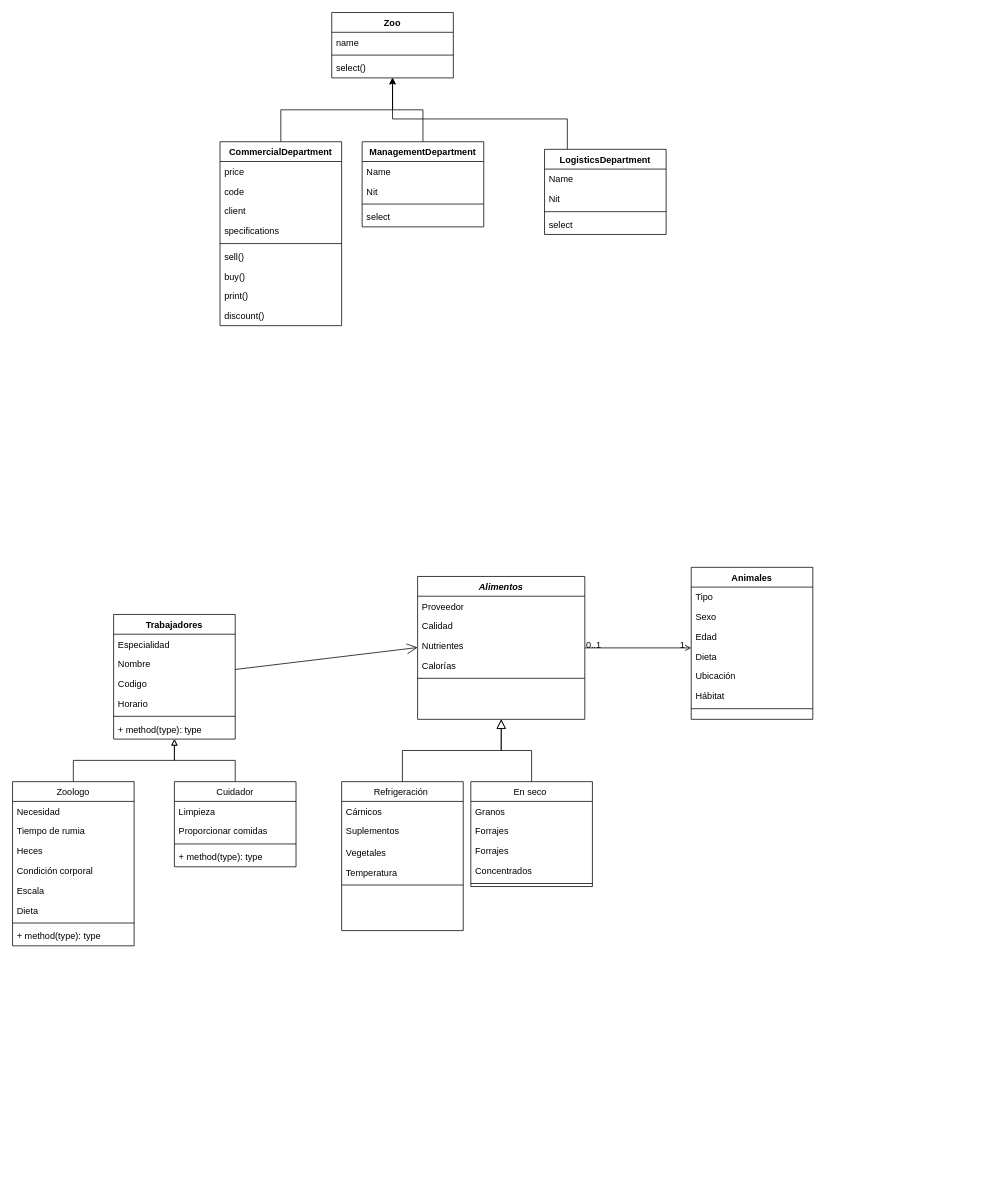
jhongarciap/Diagrama-de-clases-zoologico keeps this draw.io diagram as Diagrama sin título.drawio. Above is the earlier version. Source tidied: cells renumbered, new cells numbered last; positions are measured from the earlier drawing's top-left corner, leaving out a move shared by most shapes. Both pictures are drawn from the tidied source at 76%, with x=0, y=0 at pixel (12, 12).
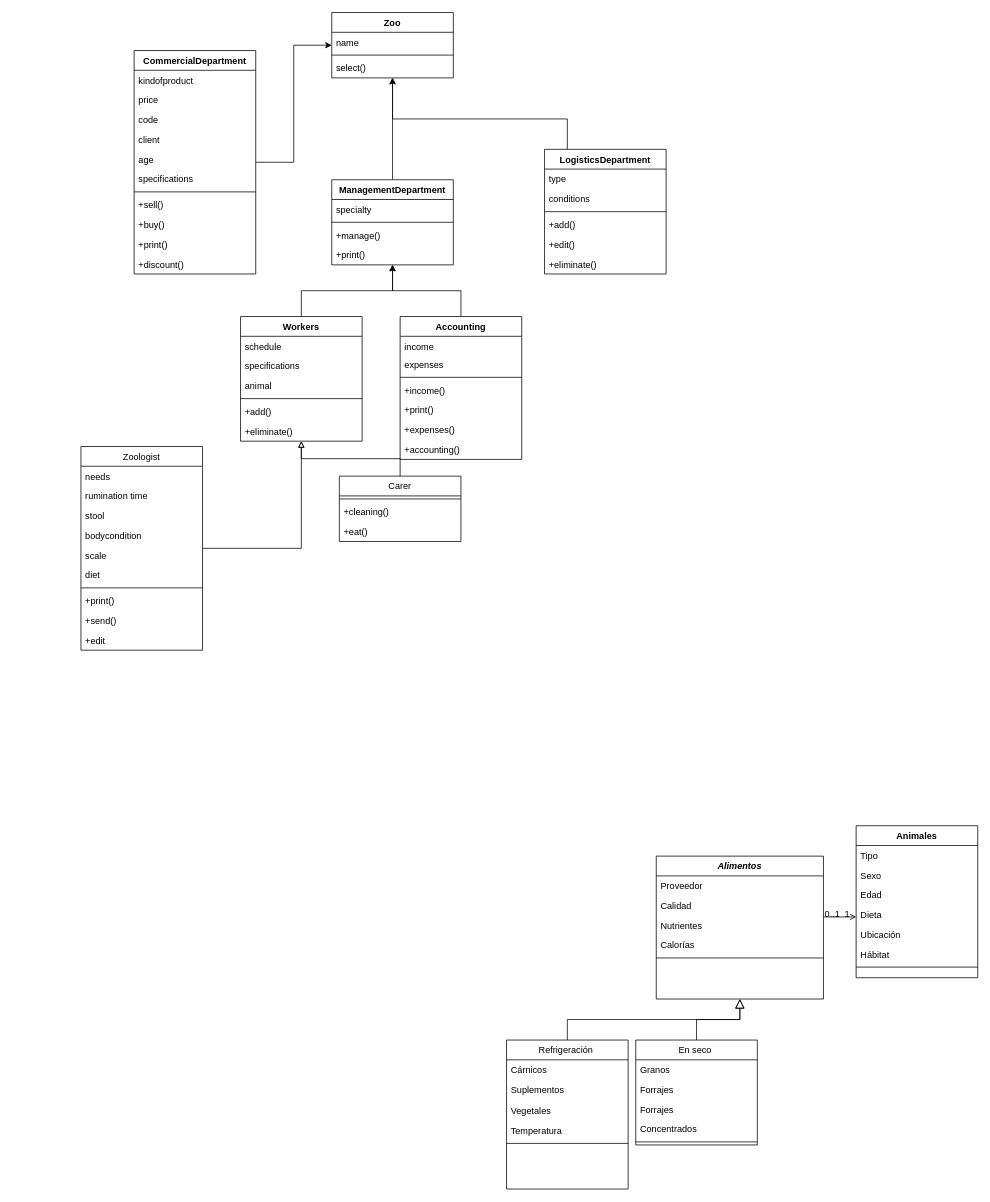
After the change.

The edit, as a diff of the source:
```diff
@@
     <mxCell id="2" value="Alimentos" style="swimlane;fontStyle=3;align=center;verticalAlign=top;horizontal=1;startSize=26;rounded=0;shadow=0;strokeWidth=1;" parent="1" vertex="1">
-      <mxGeometry x="533" y="742" width="220" height="188" as="geometry" />
+      <mxGeometry x="847" y="1110" width="220" height="188" as="geometry" />
     </mxCell>
@@
     <mxCell id="8" value="Refrigeración " style="swimlane;fontStyle=0;align=center;verticalAlign=top;horizontal=1;startSize=26;rounded=0;shadow=0;strokeWidth=1;" parent="1" vertex="1">
-      <mxGeometry x="433" y="1012" width="160" height="196" as="geometry" />
+      <mxGeometry x="650" y="1352" width="160" height="196" as="geometry" />
     </mxCell>
@@
     <mxCell id="15" value="En seco " style="swimlane;fontStyle=0;align=center;verticalAlign=top;horizontal=1;startSize=26;rounded=0;shadow=0;strokeWidth=1;" parent="1" vertex="1">
-      <mxGeometry x="603" y="1012" width="160" height="138" as="geometry" />
+      <mxGeometry x="820" y="1352" width="160" height="138" as="geometry" />
     </mxCell>
@@
     <mxCell id="22" value="Animales" style="swimlane;fontStyle=1;align=center;verticalAlign=top;horizontal=1;startSize=26;rounded=0;shadow=0;strokeWidth=1;" parent="1" vertex="1">
-      <mxGeometry x="893" y="730" width="160" height="200" as="geometry" />
+      <mxGeometry x="1110" y="1070" width="160" height="200" as="geometry" />
     </mxCell>
@@
-    <mxCell id="34" value="Cuidador" style="swimlane;fontStyle=0;align=center;verticalAlign=top;horizontal=1;startSize=26;" parent="1" vertex="1">
-      <mxGeometry x="213" y="1012" width="160" height="112" as="geometry" />
+    <mxCell id="34" value="Carer" style="swimlane;fontStyle=0;align=center;verticalAlign=top;horizontal=1;startSize=26;" parent="1" vertex="1">
+      <mxGeometry x="430" y="610" width="160" height="86" as="geometry" />
     </mxCell>
-    <mxCell id="35" value="Limpieza" style="text;strokeColor=none;fillColor=none;align=left;verticalAlign=top;spacingLeft=4;spacingRight=4;overflow=hidden;" parent="34" vertex="1">
-      <mxGeometry y="26" width="160" height="26" as="geometry" />
-    </mxCell>
-    <mxCell id="36" value="Proporcionar comidas" style="text;strokeColor=none;fillColor=none;align=left;verticalAlign=top;spacingLeft=4;spacingRight=4;overflow=hidden;" parent="34" vertex="1">
-      <mxGeometry y="52" width="160" height="26" as="geometry" />
-    </mxCell>
     <mxCell id="37" style="line;strokeWidth=1;fillColor=none;align=left;verticalAlign=middle;spacingTop=-1;spacingLeft=3;spacingRight=3;labelPosition=right;strokeColor=inherit;" parent="34" vertex="1">
-      <mxGeometry y="78" width="160" height="8" as="geometry" />
+      <mxGeometry y="26" width="160" height="8" as="geometry" />
     </mxCell>
-    <mxCell id="38" value="+ method(type): type" style="text;strokeColor=none;fillColor=none;align=left;verticalAlign=top;spacingLeft=4;spacingRight=4;overflow=hidden;" parent="34" vertex="1">
-      <mxGeometry y="86" width="160" height="26" as="geometry" />
+    <mxCell id="38" value="+cleaning()" style="text;strokeColor=none;fillColor=none;align=left;verticalAlign=top;spacingLeft=4;spacingRight=4;overflow=hidden;" parent="34" vertex="1">
+      <mxGeometry y="34" width="160" height="26" as="geometry" />
     </mxCell>
-    <mxCell id="39" style="endArrow=open;endFill=1;endSize=12;html=1;rounded=0;" parent="1" edge="1" source="50">
-      <mxGeometry relative="1" as="geometry">
-        <mxPoint x="533" y="835.5" as="targetPoint" />
-      </mxGeometry>
-    </mxCell>
+    <mxCell id="84" value="+eat()" style="text;strokeColor=none;fillColor=none;align=left;verticalAlign=top;spacingLeft=4;spacingRight=4;overflow=hidden;" parent="34" vertex="1">
+      <mxGeometry y="60" width="160" height="26" as="geometry" />
+    </mxCell>
@@
-    <mxCell id="41" value="Zoologo" style="swimlane;fontStyle=0;align=center;verticalAlign=top;horizontal=1;startSize=26;" parent="1" vertex="1">
-      <mxGeometry y="1012" width="160" height="216" as="geometry" />
+    <mxCell id="41" value="Zoologist" style="swimlane;fontStyle=0;align=center;verticalAlign=top;horizontal=1;startSize=26;" parent="1" vertex="1">
+      <mxGeometry x="90" y="571" width="160" height="268" as="geometry" />
     </mxCell>
-    <mxCell id="42" value="Necesidad" style="text;strokeColor=none;fillColor=none;align=left;verticalAlign=top;spacingLeft=4;spacingRight=4;overflow=hidden;" parent="41" vertex="1">
+    <mxCell id="42" value="needs" style="text;strokeColor=none;fillColor=none;align=left;verticalAlign=top;spacingLeft=4;spacingRight=4;overflow=hidden;" parent="41" vertex="1">
       <mxGeometry y="26" width="160" height="26" as="geometry" />
     </mxCell>
-    <mxCell id="43" value="Tiempo de rumia" style="text;strokeColor=none;fillColor=none;align=left;verticalAlign=top;spacingLeft=4;spacingRight=4;overflow=hidden;" parent="41" vertex="1">
+    <mxCell id="43" value="rumination time" style="text;strokeColor=none;fillColor=none;align=left;verticalAlign=top;spacingLeft=4;spacingRight=4;overflow=hidden;" parent="41" vertex="1">
       <mxGeometry y="52" width="160" height="26" as="geometry" />
     </mxCell>
-    <mxCell id="44" value="Heces" style="text;strokeColor=none;fillColor=none;align=left;verticalAlign=top;spacingLeft=4;spacingRight=4;overflow=hidden;" parent="41" vertex="1">
+    <mxCell id="44" value="stool" style="text;strokeColor=none;fillColor=none;align=left;verticalAlign=top;spacingLeft=4;spacingRight=4;overflow=hidden;" parent="41" vertex="1">
       <mxGeometry y="78" width="160" height="26" as="geometry" />
     </mxCell>
-    <mxCell id="45" value="Condición corporal" style="text;strokeColor=none;fillColor=none;align=left;verticalAlign=top;spacingLeft=4;spacingRight=4;overflow=hidden;" parent="41" vertex="1">
+    <mxCell id="45" value="bodycondition" style="text;strokeColor=none;fillColor=none;align=left;verticalAlign=top;spacingLeft=4;spacingRight=4;overflow=hidden;" parent="41" vertex="1">
       <mxGeometry y="104" width="160" height="26" as="geometry" />
     </mxCell>
-    <mxCell id="46" value="Escala" style="text;strokeColor=none;fillColor=none;align=left;verticalAlign=top;spacingLeft=4;spacingRight=4;overflow=hidden;" parent="41" vertex="1">
+    <mxCell id="46" value="scale" style="text;strokeColor=none;fillColor=none;align=left;verticalAlign=top;spacingLeft=4;spacingRight=4;overflow=hidden;" parent="41" vertex="1">
       <mxGeometry y="130" width="160" height="26" as="geometry" />
     </mxCell>
-    <mxCell id="47" value="Dieta" style="text;strokeColor=none;fillColor=none;align=left;verticalAlign=top;spacingLeft=4;spacingRight=4;overflow=hidden;" parent="41" vertex="1">
+    <mxCell id="47" value="diet" style="text;strokeColor=none;fillColor=none;align=left;verticalAlign=top;spacingLeft=4;spacingRight=4;overflow=hidden;" parent="41" vertex="1">
       <mxGeometry y="156" width="160" height="26" as="geometry" />
     </mxCell>
@@
-    <mxCell id="49" value="+ method(type): type" style="text;strokeColor=none;fillColor=none;align=left;verticalAlign=top;spacingLeft=4;spacingRight=4;overflow=hidden;" parent="41" vertex="1">
-      <mxGeometry y="190" width="160" height="26" as="geometry" />
-    </mxCell>
+    <mxCell id="85" value="+print()" style="text;strokeColor=none;fillColor=none;align=left;verticalAlign=top;spacingLeft=4;spacingRight=4;overflow=hidden;" parent="41" vertex="1">
+      <mxGeometry y="190" width="160" height="26" as="geometry" />
+    </mxCell>
+    <mxCell id="86" value="+send()" style="text;strokeColor=none;fillColor=none;align=left;verticalAlign=top;spacingLeft=4;spacingRight=4;overflow=hidden;" parent="41" vertex="1">
+      <mxGeometry y="216" width="160" height="26" as="geometry" />
+    </mxCell>
+    <mxCell id="87" value="+edit" style="text;strokeColor=none;fillColor=none;align=left;verticalAlign=top;spacingLeft=4;spacingRight=4;overflow=hidden;" parent="41" vertex="1">
+      <mxGeometry y="242" width="160" height="26" as="geometry" />
+    </mxCell>
+    <mxCell id="88" style="edgeStyle=orthogonalEdgeStyle;rounded=0;jettySize=auto;html=1;" parent="1" edge="1" source="50" target="73">
+      <mxGeometry relative="1" as="geometry" />
+    </mxCell>
-    <mxCell id="50" value="Trabajadores" style="swimlane;fontStyle=1;align=center;verticalAlign=top;horizontal=1;startSize=26;" parent="1" vertex="1">
-      <mxGeometry x="133" y="792" width="160" height="164" as="geometry" />
+    <mxCell id="50" value="Workers" style="swimlane;fontStyle=1;align=center;verticalAlign=top;horizontal=1;startSize=26;" parent="1" vertex="1">
+      <mxGeometry x="300" y="400" width="160" height="164" as="geometry" />
     </mxCell>
-    <mxCell id="51" value="Especialidad" style="text;strokeColor=none;fillColor=none;align=left;verticalAlign=top;spacingLeft=4;spacingRight=4;overflow=hidden;" parent="50" vertex="1">
-      <mxGeometry y="26" width="160" height="26" as="geometry" />
-    </mxCell>
-    <mxCell id="52" value="Nombre" style="text;strokeColor=none;fillColor=none;align=left;verticalAlign=top;spacingLeft=4;spacingRight=4;overflow=hidden;" parent="50" vertex="1">
-      <mxGeometry y="52" width="160" height="26" as="geometry" />
-    </mxCell>
-    <mxCell id="53" value="Codigo" style="text;strokeColor=none;fillColor=none;align=left;verticalAlign=top;spacingLeft=4;spacingRight=4;overflow=hidden;" parent="50" vertex="1">
-      <mxGeometry y="78" width="160" height="26" as="geometry" />
-    </mxCell>
-    <mxCell id="54" value="Horario" style="text;strokeColor=none;fillColor=none;align=left;verticalAlign=top;spacingLeft=4;spacingRight=4;overflow=hidden;" parent="50" vertex="1">
-      <mxGeometry y="104" width="160" height="26" as="geometry" />
+    <mxCell id="54" value="schedule" style="text;strokeColor=none;fillColor=none;align=left;verticalAlign=top;spacingLeft=4;spacingRight=4;overflow=hidden;" parent="50" vertex="1">
+      <mxGeometry y="26" width="160" height="26" as="geometry" />
     </mxCell>
+    <mxCell id="89" value="specifications" style="text;strokeColor=none;fillColor=none;align=left;verticalAlign=top;spacingLeft=4;spacingRight=4;overflow=hidden;" parent="50" vertex="1">
+      <mxGeometry y="52" width="160" height="26" as="geometry" />
+    </mxCell>
+    <mxCell id="90" value="animal" style="text;strokeColor=none;fillColor=none;align=left;verticalAlign=top;spacingLeft=4;spacingRight=4;overflow=hidden;" parent="50" vertex="1">
+      <mxGeometry y="78" width="160" height="26" as="geometry" />
+    </mxCell>
     <mxCell id="55" style="line;strokeWidth=1;fillColor=none;align=left;verticalAlign=middle;spacingTop=-1;spacingLeft=3;spacingRight=3;labelPosition=right;strokeColor=inherit;" parent="50" vertex="1">
-      <mxGeometry y="130" width="160" height="8" as="geometry" />
+      <mxGeometry y="104" width="160" height="8" as="geometry" />
     </mxCell>
-    <mxCell id="56" value="+ method(type): type" style="text;strokeColor=none;fillColor=none;align=left;verticalAlign=top;spacingLeft=4;spacingRight=4;overflow=hidden;" parent="50" vertex="1">
-      <mxGeometry y="138" width="160" height="26" as="geometry" />
+    <mxCell id="56" value="+add()" style="text;strokeColor=none;fillColor=none;align=left;verticalAlign=top;spacingLeft=4;spacingRight=4;overflow=hidden;" parent="50" vertex="1">
+      <mxGeometry y="112" width="160" height="26" as="geometry" />
     </mxCell>
+    <mxCell id="91" value="+eliminate()" style="text;strokeColor=none;fillColor=none;align=left;verticalAlign=top;spacingLeft=4;spacingRight=4;overflow=hidden;" parent="50" vertex="1">
+      <mxGeometry y="138" width="160" height="26" as="geometry" />
+    </mxCell>
@@
     <mxCell id="62" value="CommercialDepartment" style="swimlane;fontStyle=1;align=center;verticalAlign=top;horizontal=1;startSize=26;" parent="1" vertex="1">
-      <mxGeometry x="273" y="170" width="160" height="242" as="geometry" />
+      <mxGeometry x="160" y="50" width="160" height="294" as="geometry" />
     </mxCell>
-    <mxCell id="63" value="price" style="text;strokeColor=none;fillColor=none;align=left;verticalAlign=top;spacingLeft=4;spacingRight=4;overflow=hidden;" parent="62" vertex="1">
+    <mxCell id="63" value="kindofproduct" style="text;strokeColor=none;fillColor=none;align=left;verticalAlign=top;spacingLeft=4;spacingRight=4;overflow=hidden;" parent="62" vertex="1">
       <mxGeometry y="26" width="160" height="26" as="geometry" />
     </mxCell>
+    <mxCell id="92" value="price" style="text;strokeColor=none;fillColor=none;align=left;verticalAlign=top;spacingLeft=4;spacingRight=4;overflow=hidden;" parent="62" vertex="1">
+      <mxGeometry y="52" width="160" height="26" as="geometry" />
+    </mxCell>
     <mxCell id="64" value="code" style="text;strokeColor=none;fillColor=none;align=left;verticalAlign=top;spacingLeft=4;spacingRight=4;overflow=hidden;" parent="62" vertex="1">
-      <mxGeometry y="52" width="160" height="26" as="geometry" />
+      <mxGeometry y="78" width="160" height="26" as="geometry" />
     </mxCell>
     <mxCell id="65" value="client" style="text;strokeColor=none;fillColor=none;align=left;verticalAlign=top;spacingLeft=4;spacingRight=4;overflow=hidden;" parent="62" vertex="1">
-      <mxGeometry y="78" width="160" height="26" as="geometry" />
+      <mxGeometry y="104" width="160" height="26" as="geometry" />
     </mxCell>
+    <mxCell id="93" value="age" style="text;strokeColor=none;fillColor=none;align=left;verticalAlign=top;spacingLeft=4;spacingRight=4;overflow=hidden;" parent="62" vertex="1">
+      <mxGeometry y="130" width="160" height="26" as="geometry" />
+    </mxCell>
     <mxCell id="66" value="specifications" style="text;strokeColor=none;fillColor=none;align=left;verticalAlign=top;spacingLeft=4;spacingRight=4;overflow=hidden;" parent="62" vertex="1">
-      <mxGeometry y="104" width="160" height="26" as="geometry" />
+      <mxGeometry y="156" width="160" height="26" as="geometry" />
     </mxCell>
     <mxCell id="67" style="line;strokeWidth=1;fillColor=none;align=left;verticalAlign=middle;spacingTop=-1;spacingLeft=3;spacingRight=3;labelPosition=right;strokeColor=inherit;" parent="62" vertex="1">
-      <mxGeometry y="130" width="160" height="8" as="geometry" />
+      <mxGeometry y="182" width="160" height="8" as="geometry" />
     </mxCell>
-    <mxCell id="68" value="sell()" style="text;strokeColor=none;fillColor=none;align=left;verticalAlign=top;spacingLeft=4;spacingRight=4;overflow=hidden;" parent="62" vertex="1">
-      <mxGeometry y="138" width="160" height="26" as="geometry" />
+    <mxCell id="68" value="+sell()" style="text;strokeColor=none;fillColor=none;align=left;verticalAlign=top;spacingLeft=4;spacingRight=4;overflow=hidden;" parent="62" vertex="1">
+      <mxGeometry y="190" width="160" height="26" as="geometry" />
     </mxCell>
-    <mxCell id="69" value="buy()" style="text;strokeColor=none;fillColor=none;align=left;verticalAlign=top;spacingLeft=4;spacingRight=4;overflow=hidden;" parent="62" vertex="1">
-      <mxGeometry y="164" width="160" height="26" as="geometry" />
+    <mxCell id="69" value="+buy()" style="text;strokeColor=none;fillColor=none;align=left;verticalAlign=top;spacingLeft=4;spacingRight=4;overflow=hidden;" parent="62" vertex="1">
+      <mxGeometry y="216" width="160" height="26" as="geometry" />
     </mxCell>
-    <mxCell id="70" value="print()" style="text;strokeColor=none;fillColor=none;align=left;verticalAlign=top;spacingLeft=4;spacingRight=4;overflow=hidden;" parent="62" vertex="1">
-      <mxGeometry y="190" width="160" height="26" as="geometry" />
+    <mxCell id="70" value="+print()" style="text;strokeColor=none;fillColor=none;align=left;verticalAlign=top;spacingLeft=4;spacingRight=4;overflow=hidden;" parent="62" vertex="1">
+      <mxGeometry y="242" width="160" height="26" as="geometry" />
     </mxCell>
-    <mxCell id="71" value="discount()" style="text;strokeColor=none;fillColor=none;align=left;verticalAlign=top;spacingLeft=4;spacingRight=4;overflow=hidden;" parent="62" vertex="1">
-      <mxGeometry y="216" width="160" height="26" as="geometry" />
+    <mxCell id="71" value="+discount()" style="text;strokeColor=none;fillColor=none;align=left;verticalAlign=top;spacingLeft=4;spacingRight=4;overflow=hidden;" parent="62" vertex="1">
+      <mxGeometry y="268" width="160" height="26" as="geometry" />
     </mxCell>
@@
     <mxCell id="73" value="ManagementDepartment" style="swimlane;fontStyle=1;align=center;verticalAlign=top;horizontal=1;startSize=26;" parent="1" vertex="1">
-      <mxGeometry x="460" y="170" width="160" height="112" as="geometry" />
+      <mxGeometry x="420" y="220" width="160" height="112" as="geometry" />
     </mxCell>
-    <mxCell id="74" value="Name&#10;&#10;&#10;&#10;&#10;&#10;&#10;" style="text;strokeColor=none;fillColor=none;align=left;verticalAlign=top;spacingLeft=4;spacingRight=4;overflow=hidden;" parent="73" vertex="1">
-      <mxGeometry y="26" width="160" height="26" as="geometry" />
-    </mxCell>
-    <mxCell id="75" value="Nit" style="text;strokeColor=none;fillColor=none;align=left;verticalAlign=top;spacingLeft=4;spacingRight=4;overflow=hidden;" parent="73" vertex="1">
-      <mxGeometry y="52" width="160" height="26" as="geometry" />
-    </mxCell>
+    <mxCell id="51" value="specialty" style="text;strokeColor=none;fillColor=none;align=left;verticalAlign=top;spacingLeft=4;spacingRight=4;overflow=hidden;" parent="73" vertex="1">
+      <mxGeometry y="26" width="160" height="26" as="geometry" />
+    </mxCell>
     <mxCell id="76" style="line;strokeWidth=1;fillColor=none;align=left;verticalAlign=middle;spacingTop=-1;spacingLeft=3;spacingRight=3;labelPosition=right;strokeColor=inherit;" parent="73" vertex="1">
-      <mxGeometry y="78" width="160" height="8" as="geometry" />
+      <mxGeometry y="52" width="160" height="8" as="geometry" />
     </mxCell>
-    <mxCell id="77" value="select" style="text;strokeColor=none;fillColor=none;align=left;verticalAlign=top;spacingLeft=4;spacingRight=4;overflow=hidden;" parent="73" vertex="1">
-      <mxGeometry y="86" width="160" height="26" as="geometry" />
+    <mxCell id="77" value="+manage()" style="text;strokeColor=none;fillColor=none;align=left;verticalAlign=top;spacingLeft=4;spacingRight=4;overflow=hidden;" parent="73" vertex="1">
+      <mxGeometry y="60" width="160" height="26" as="geometry" />
     </mxCell>
+    <mxCell id="94" value="+print()" style="text;strokeColor=none;fillColor=none;align=left;verticalAlign=top;spacingLeft=4;spacingRight=4;overflow=hidden;" parent="73" vertex="1">
+      <mxGeometry y="86" width="160" height="26" as="geometry" />
+    </mxCell>
@@
     <mxCell id="79" value="LogisticsDepartment" style="swimlane;fontStyle=1;align=center;verticalAlign=top;horizontal=1;startSize=26;" parent="1" vertex="1">
-      <mxGeometry x="700" y="180" width="160" height="112" as="geometry" />
+      <mxGeometry x="700" y="180" width="160" height="164" as="geometry" />
     </mxCell>
-    <mxCell id="80" value="Name&#10;&#10;&#10;&#10;&#10;&#10;&#10;" style="text;strokeColor=none;fillColor=none;align=left;verticalAlign=top;spacingLeft=4;spacingRight=4;overflow=hidden;" parent="79" vertex="1">
+    <mxCell id="80" value="type" style="text;strokeColor=none;fillColor=none;align=left;verticalAlign=top;spacingLeft=4;spacingRight=4;overflow=hidden;" parent="79" vertex="1">
       <mxGeometry y="26" width="160" height="26" as="geometry" />
     </mxCell>
-    <mxCell id="81" value="Nit" style="text;strokeColor=none;fillColor=none;align=left;verticalAlign=top;spacingLeft=4;spacingRight=4;overflow=hidden;" parent="79" vertex="1">
+    <mxCell id="81" value="conditions" style="text;strokeColor=none;fillColor=none;align=left;verticalAlign=top;spacingLeft=4;spacingRight=4;overflow=hidden;" parent="79" vertex="1">
       <mxGeometry y="52" width="160" height="26" as="geometry" />
     </mxCell>
@@
+    <mxCell id="95" value="+add()" style="text;strokeColor=none;fillColor=none;align=left;verticalAlign=top;spacingLeft=4;spacingRight=4;overflow=hidden;" parent="79" vertex="1">
+      <mxGeometry y="86" width="160" height="26" as="geometry" />
+    </mxCell>
-    <mxCell id="83" value="select" style="text;strokeColor=none;fillColor=none;align=left;verticalAlign=top;spacingLeft=4;spacingRight=4;overflow=hidden;" parent="79" vertex="1">
-      <mxGeometry y="86" width="160" height="26" as="geometry" />
+    <mxCell id="83" value="+edit()" style="text;strokeColor=none;fillColor=none;align=left;verticalAlign=top;spacingLeft=4;spacingRight=4;overflow=hidden;" parent="79" vertex="1">
+      <mxGeometry y="112" width="160" height="26" as="geometry" />
     </mxCell>
+    <mxCell id="96" value="+eliminate()" style="text;strokeColor=none;fillColor=none;align=left;verticalAlign=top;spacingLeft=4;spacingRight=4;overflow=hidden;" parent="79" vertex="1">
+      <mxGeometry y="138" width="160" height="26" as="geometry" />
+    </mxCell>
+    <mxCell id="97" style="edgeStyle=orthogonalEdgeStyle;rounded=0;jettySize=auto;html=1;" parent="1" edge="1" source="98" target="73">
+      <mxGeometry relative="1" as="geometry" />
+    </mxCell>
+    <mxCell id="98" value="Accounting" style="swimlane;fontStyle=1;align=center;verticalAlign=top;horizontal=1;startSize=26;" parent="1" vertex="1">
+      <mxGeometry x="510" y="400" width="160" height="188" as="geometry" />
+    </mxCell>
+    <mxCell id="99" value="income&#10;&#10;&#10;&#10;&#10;&#10;&#10;" style="text;strokeColor=none;fillColor=none;align=left;verticalAlign=top;spacingLeft=4;spacingRight=4;overflow=hidden;" parent="98" vertex="1">
+      <mxGeometry y="26" width="160" height="24" as="geometry" />
+    </mxCell>
+    <mxCell id="100" value="expenses" style="text;strokeColor=none;fillColor=none;align=left;verticalAlign=top;spacingLeft=4;spacingRight=4;overflow=hidden;" parent="98" vertex="1">
+      <mxGeometry y="50" width="160" height="26" as="geometry" />
+    </mxCell>
+    <mxCell id="101" style="line;strokeWidth=1;fillColor=none;align=left;verticalAlign=middle;spacingTop=-1;spacingLeft=3;spacingRight=3;labelPosition=right;strokeColor=inherit;" parent="98" vertex="1">
+      <mxGeometry y="76" width="160" height="8" as="geometry" />
+    </mxCell>
+    <mxCell id="102" value="+income()" style="text;strokeColor=none;fillColor=none;align=left;verticalAlign=top;spacingLeft=4;spacingRight=4;overflow=hidden;" parent="98" vertex="1">
+      <mxGeometry y="84" width="160" height="26" as="geometry" />
+    </mxCell>
+    <mxCell id="103" value="+print()" style="text;strokeColor=none;fillColor=none;align=left;verticalAlign=top;spacingLeft=4;spacingRight=4;overflow=hidden;" parent="98" vertex="1">
+      <mxGeometry y="110" width="160" height="26" as="geometry" />
+    </mxCell>
+    <mxCell id="104" value="+expenses()" style="text;strokeColor=none;fillColor=none;align=left;verticalAlign=top;spacingLeft=4;spacingRight=4;overflow=hidden;" parent="98" vertex="1">
+      <mxGeometry y="136" width="160" height="26" as="geometry" />
+    </mxCell>
+    <mxCell id="105" value="+accounting()" style="text;strokeColor=none;fillColor=none;align=left;verticalAlign=top;spacingLeft=4;spacingRight=4;overflow=hidden;" parent="98" vertex="1">
+      <mxGeometry y="162" width="160" height="26" as="geometry" />
+    </mxCell>
```
